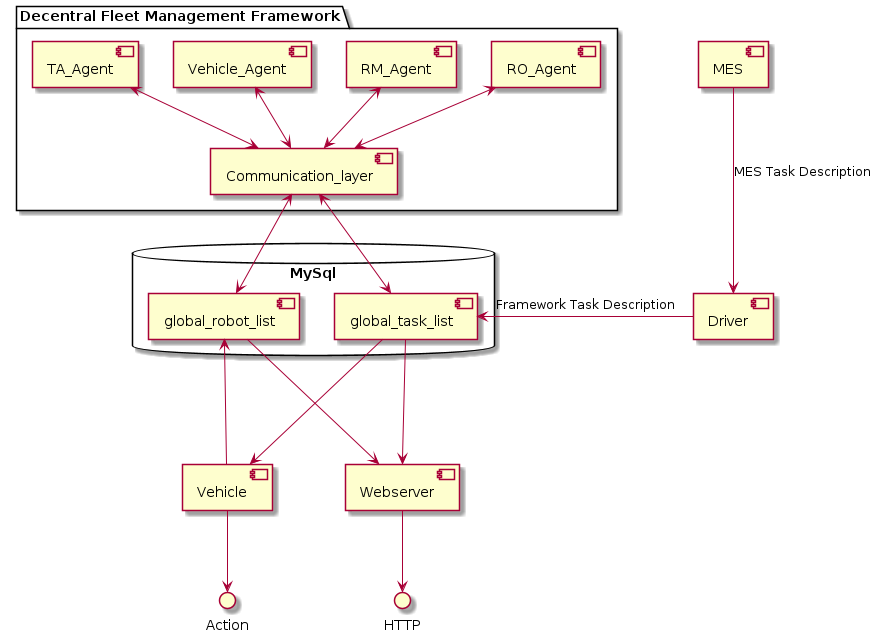
Earlier version of the PlantUML export robotino_core/docs/out/connection_diagram.png (MatthiasDR96/robotino_control).
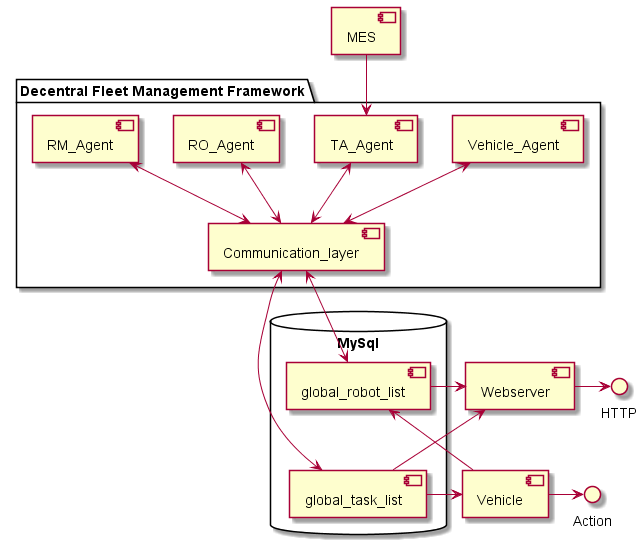
The same file after the commit.

The edit, as a diff of the source:
```diff
@@ -17,23 +17,25 @@
 
 }
 
-[global_task_list] -down--> [Vehicle]
-[Vehicle] -down--> [global_robot_list]
-[Vehicle] -down-> Action
+[global_robot_list] -[hidden]- [global_task_list]
+[Webserver] -[hidden]- [Vehicle]
 
-[TA_Agent] <-down-> [Communication_layer]
-[RO_Agent] <-down-> [Communication_layer]
-[RM_Agent] <-down-> [Communication_layer]
-[Vehicle_Agent] <-down-> [Communication_layer]
+[global_task_list] -> [Vehicle]
+[Vehicle] -> [global_robot_list]
+[Vehicle] -> Action
 
-[Communication_layer] <-down-> [global_task_list]
-[Communication_layer] <-down-> [global_robot_list]
+[global_task_list] -> [Webserver]
+[global_robot_list] -> [Webserver]
+[Webserver] -> HTTP
 
-[global_task_list] ---> [Webserver]
-[global_robot_list] ---> [Webserver]
-[Webserver] -down-> HTTP
+[TA_Agent] <--> [Communication_layer]
+[RO_Agent] <--> [Communication_layer]
+[RM_Agent] <--> [Communication_layer]
+[Vehicle_Agent] <--> [Communication_layer]
 
-[MES] -down--> [Driver] : MES Task Description
-[Driver] -left-> [global_task_list] : Framework Task Description
+[Communication_layer] <--> [global_task_list]
+[Communication_layer] <--> [global_robot_list]
+
+[MES] --> [TA_Agent]
 
 @enduml
```
